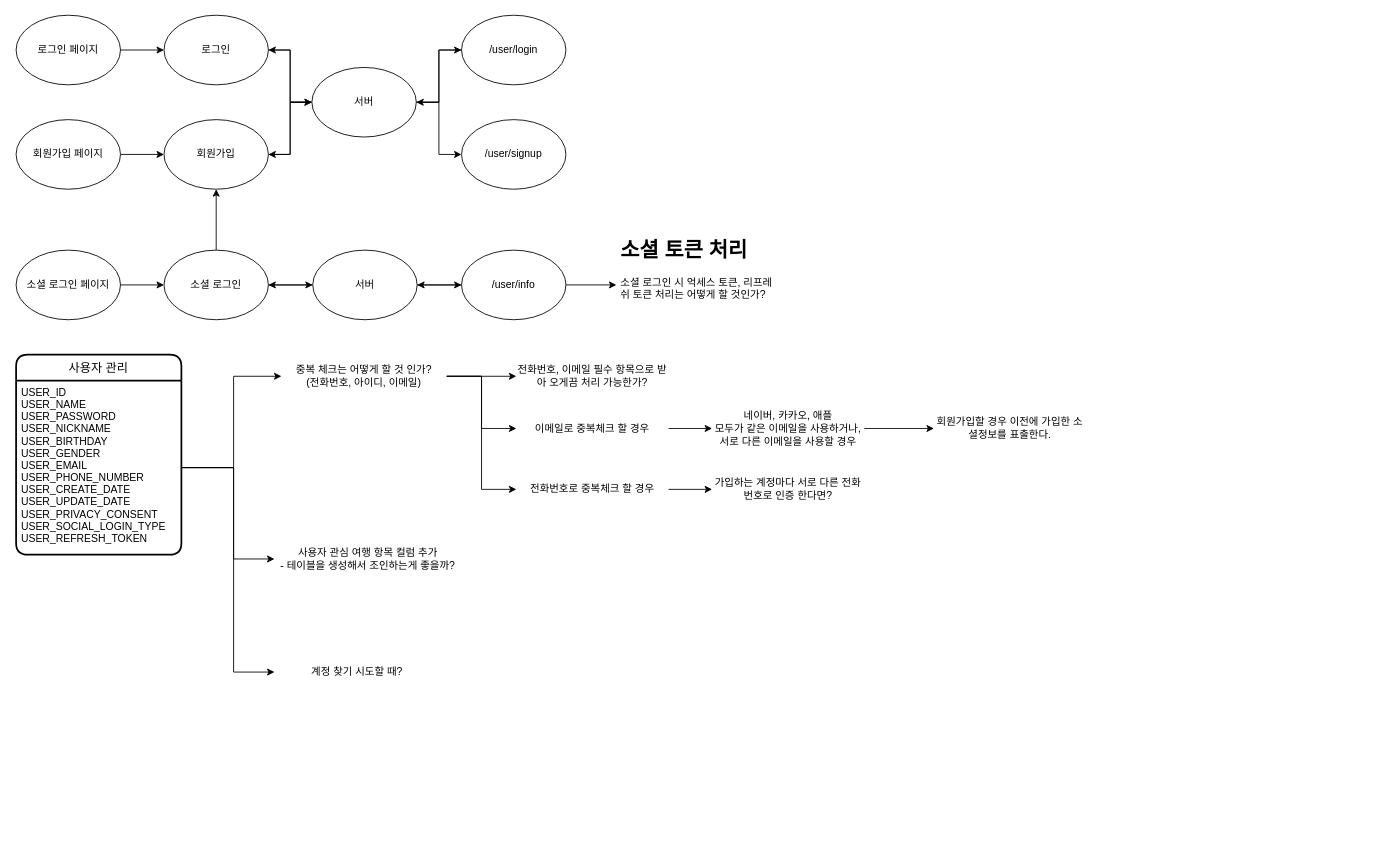
The draw.io diagram page "회원가입(일반,소셜)" (6 of 6) of didden.drawio in xxxx-jeung/diddenUml, before the edit. Source tidied: cells renumbered, new cells numbered last; positions are measured from the earlier drawing's top-left corner, leaving out a move shared by most shapes. Both pictures are drawn from the tidied source at 87%, with x=0, y=0 at pixel (16, 15).
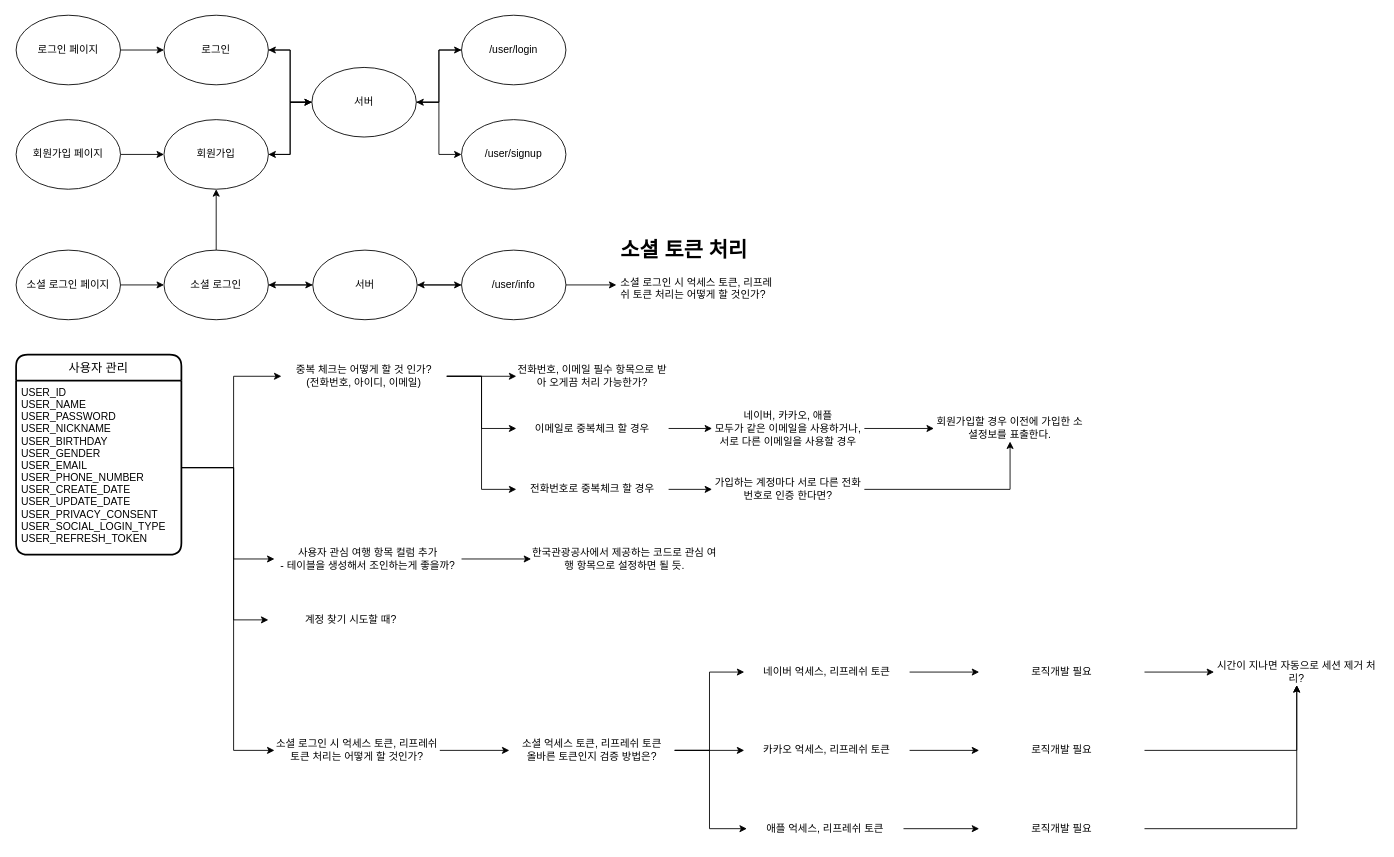
After the change.

Unchanged cells that the change refers to:
```xml
<mxCell id="35" value="USER_ID&#10;USER_NAME&#10;USER_PASSWORD&#10;USER_NICKNAME&#10;USER_BIRTHDAY&#10;USER_GENDER&#10;USER_EMAIL&#10;USER_PHONE_NUMBER&#10;USER_CREATE_DATE&#10;USER_UPDATE_DATE&#10;USER_PRIVACY_CONSENT&#10;USER_SOCIAL_LOGIN_TYPE&#10;USER_REFRESH_TOKEN" style="align=left;strokeColor=none;fillColor=none;spacingLeft=4;fontSize=12;verticalAlign=top;" parent="34" vertex="1">
  <mxGeometry y="30" width="190" height="200" as="geometry" />
</mxCell>
<mxCell id="38" value="사용자 관심 여행 항목 컬럼 추가&lt;br&gt;- 테이블을 생성해서 조인하는게 좋을까?" style="text;html=1;strokeColor=none;fillColor=none;align=center;verticalAlign=middle;whiteSpace=wrap;rounded=0;" parent="1" vertex="1">
  <mxGeometry x="297" y="610" width="215" height="30" as="geometry" />
</mxCell>
<mxCell id="46" value="가입하는 계정마다 서로 다른 전화번호로 인증 한다면?" style="text;html=1;strokeColor=none;fillColor=none;align=center;verticalAlign=middle;whiteSpace=wrap;rounded=0;" parent="1" vertex="1">
  <mxGeometry x="800" y="530" width="175" height="30" as="geometry" />
</mxCell>
<mxCell id="47" value="회원가입할 경우 이전에 가입한 소셜정보를 표출한다." style="text;html=1;strokeColor=none;fillColor=none;align=center;verticalAlign=middle;whiteSpace=wrap;rounded=0;" parent="1" vertex="1">
  <mxGeometry x="1055" y="460" width="175" height="30" as="geometry" />
</mxCell>
```

What changed in the source:
```diff
@@
+    <mxCell id="50" style="edgeStyle=orthogonalEdgeStyle;rounded=0;jettySize=auto;html=1;" parent="1" edge="1" source="38" target="72">
+      <mxGeometry relative="1" as="geometry" />
+    </mxCell>
@@
     <mxCell id="39" style="edgeStyle=orthogonalEdgeStyle;rounded=0;jettySize=auto;html=1;entryX=0;entryY=0.5;entryDx=0;entryDy=0;" parent="1" edge="1" source="35" target="48">
       <mxGeometry relative="1" as="geometry">
         <Array as="points">
           <mxPoint x="250" y="520" />
-          <mxPoint x="250" y="755" />
+          <mxPoint x="250" y="695" />
         </Array>
       </mxGeometry>
     </mxCell>
@@
+    <mxCell id="51" style="edgeStyle=orthogonalEdgeStyle;rounded=0;jettySize=auto;html=1;entryX=0.5;entryY=1;entryDx=0;entryDy=0;" parent="1" edge="1" source="46" target="47">
+      <mxGeometry relative="1" as="geometry" />
+    </mxCell>
@@
     <mxCell id="48" value="계정 찾기 시도할 때?" style="text;html=1;strokeColor=none;fillColor=none;align=center;verticalAlign=middle;whiteSpace=wrap;rounded=0;" parent="1" vertex="1">
-      <mxGeometry x="297" y="740" width="190" height="30" as="geometry" />
+      <mxGeometry x="290" y="680" width="190" height="30" as="geometry" />
     </mxCell>
@@
+    <mxCell id="52" style="edgeStyle=orthogonalEdgeStyle;rounded=0;jettySize=auto;html=1;entryX=0;entryY=0.5;entryDx=0;entryDy=0;" parent="1" edge="1" source="35" target="54">
+      <mxGeometry relative="1" as="geometry">
+        <Array as="points">
+          <mxPoint x="250" y="520" />
+          <mxPoint x="250" y="845" />
+        </Array>
+      </mxGeometry>
+    </mxCell>
+    <mxCell id="53" style="edgeStyle=orthogonalEdgeStyle;rounded=0;jettySize=auto;html=1;" parent="1" edge="1" source="54" target="58">
+      <mxGeometry relative="1" as="geometry" />
+    </mxCell>
+    <mxCell id="54" value="소셜 로그인 시 억세스 토큰, 리프레쉬 토큰 처리는 어떻게 할 것인가?" style="text;html=1;strokeColor=none;fillColor=none;align=center;verticalAlign=middle;whiteSpace=wrap;rounded=0;" parent="1" vertex="1">
+      <mxGeometry x="297" y="830" width="190" height="30" as="geometry" />
+    </mxCell>
+    <mxCell id="55" style="edgeStyle=orthogonalEdgeStyle;rounded=0;jettySize=auto;html=1;" parent="1" edge="1" source="58" target="60">
+      <mxGeometry relative="1" as="geometry" />
+    </mxCell>
+    <mxCell id="56" style="edgeStyle=orthogonalEdgeStyle;rounded=0;jettySize=auto;html=1;entryX=0;entryY=0.5;entryDx=0;entryDy=0;" parent="1" edge="1" source="58" target="62">
+      <mxGeometry relative="1" as="geometry" />
+    </mxCell>
+    <mxCell id="57" style="edgeStyle=orthogonalEdgeStyle;rounded=0;jettySize=auto;html=1;" parent="1" edge="1" source="58" target="64">
+      <mxGeometry relative="1" as="geometry">
+        <Array as="points">
+          <mxPoint x="797" y="845" />
+          <mxPoint x="797" y="935" />
+        </Array>
+      </mxGeometry>
+    </mxCell>
+    <mxCell id="58" value="소셜 억세스 토큰, 리프레쉬 토큰&lt;br&gt;올바른 토큰인지 검증 방법은?" style="text;html=1;strokeColor=none;fillColor=none;align=center;verticalAlign=middle;whiteSpace=wrap;rounded=0;" parent="1" vertex="1">
+      <mxGeometry x="567" y="830" width="190" height="30" as="geometry" />
+    </mxCell>
+    <mxCell id="59" style="edgeStyle=orthogonalEdgeStyle;rounded=0;jettySize=auto;html=1;" parent="1" edge="1" source="60" target="68">
+      <mxGeometry relative="1" as="geometry" />
+    </mxCell>
+    <mxCell id="60" value="카카오 억세스, 리프레쉬 토큰" style="text;html=1;strokeColor=none;fillColor=none;align=center;verticalAlign=middle;whiteSpace=wrap;rounded=0;" parent="1" vertex="1">
+      <mxGeometry x="837" y="830" width="190" height="30" as="geometry" />
+    </mxCell>
+    <mxCell id="61" style="edgeStyle=orthogonalEdgeStyle;rounded=0;jettySize=auto;html=1;" parent="1" edge="1" source="62" target="66">
+      <mxGeometry relative="1" as="geometry" />
+    </mxCell>
+    <mxCell id="62" value="네이버 억세스, 리프레쉬 토큰" style="text;html=1;strokeColor=none;fillColor=none;align=center;verticalAlign=middle;whiteSpace=wrap;rounded=0;" parent="1" vertex="1">
+      <mxGeometry x="837" y="740" width="190" height="30" as="geometry" />
+    </mxCell>
+    <mxCell id="63" style="edgeStyle=orthogonalEdgeStyle;rounded=0;jettySize=auto;html=1;" parent="1" edge="1" source="64" target="70">
+      <mxGeometry relative="1" as="geometry" />
+    </mxCell>
+    <mxCell id="64" value="애플 억세스, 리프레쉬 토큰" style="text;html=1;strokeColor=none;fillColor=none;align=center;verticalAlign=middle;whiteSpace=wrap;rounded=0;" parent="1" vertex="1">
+      <mxGeometry x="840" y="920" width="180" height="30" as="geometry" />
+    </mxCell>
+    <mxCell id="65" style="edgeStyle=orthogonalEdgeStyle;rounded=0;jettySize=auto;html=1;" parent="1" edge="1" source="66" target="71">
+      <mxGeometry relative="1" as="geometry" />
+    </mxCell>
+    <mxCell id="66" value="로직개발 필요" style="text;html=1;strokeColor=none;fillColor=none;align=center;verticalAlign=middle;whiteSpace=wrap;rounded=0;" parent="1" vertex="1">
+      <mxGeometry x="1107" y="740" width="190" height="30" as="geometry" />
+    </mxCell>
+    <mxCell id="67" style="edgeStyle=orthogonalEdgeStyle;rounded=0;jettySize=auto;html=1;" parent="1" edge="1" source="68" target="71">
+      <mxGeometry relative="1" as="geometry" />
+    </mxCell>
+    <mxCell id="68" value="로직개발 필요" style="text;html=1;strokeColor=none;fillColor=none;align=center;verticalAlign=middle;whiteSpace=wrap;rounded=0;" parent="1" vertex="1">
+      <mxGeometry x="1107" y="830" width="190" height="30" as="geometry" />
+    </mxCell>
+    <mxCell id="69" style="edgeStyle=orthogonalEdgeStyle;rounded=0;jettySize=auto;html=1;" parent="1" edge="1" source="70" target="71">
+      <mxGeometry relative="1" as="geometry" />
+    </mxCell>
+    <mxCell id="70" value="로직개발 필요" style="text;html=1;strokeColor=none;fillColor=none;align=center;verticalAlign=middle;whiteSpace=wrap;rounded=0;" parent="1" vertex="1">
+      <mxGeometry x="1107" y="920" width="190" height="30" as="geometry" />
+    </mxCell>
+    <mxCell id="71" value="시간이 지나면 자동으로 세션 제거 처리?" style="text;html=1;strokeColor=none;fillColor=none;align=center;verticalAlign=middle;whiteSpace=wrap;rounded=0;" parent="1" vertex="1">
+      <mxGeometry x="1377" y="740" width="190" height="30" as="geometry" />
+    </mxCell>
+    <mxCell id="72" value="한국관광공사에서 제공하는 코드로 관심 여행 항목으로 설정하면 될 듯." style="text;html=1;strokeColor=none;fillColor=none;align=center;verticalAlign=middle;whiteSpace=wrap;rounded=0;" parent="1" vertex="1">
+      <mxGeometry x="592" y="610" width="215" height="30" as="geometry" />
+    </mxCell>
```
